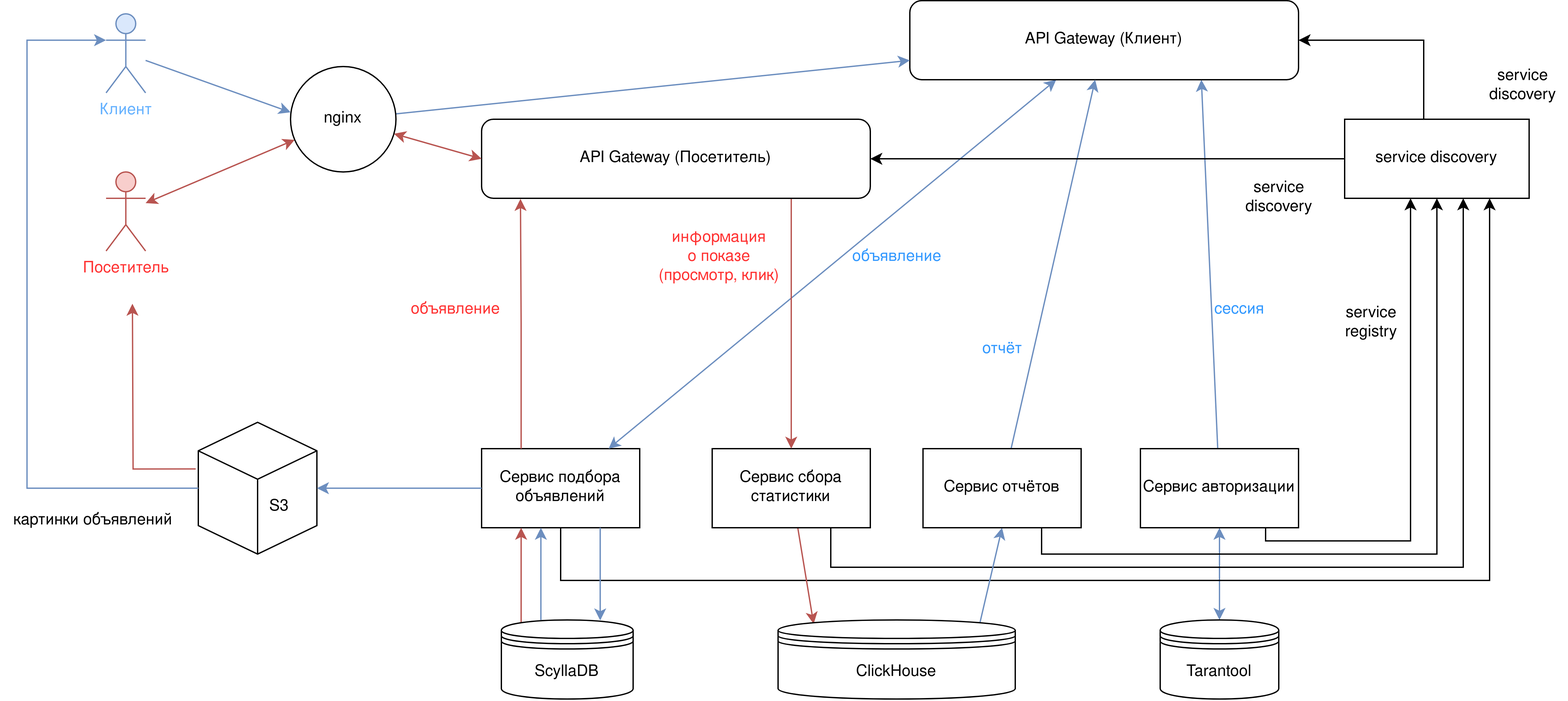
The draw.io diagram project_scheme.png in Rioskill/TP-Highload-2023H2, before a commit. Source tidied: cells renumbered, new cells last; positions are measured from the earlier drawing's top-left corner, leaving out a move shared by most shapes.
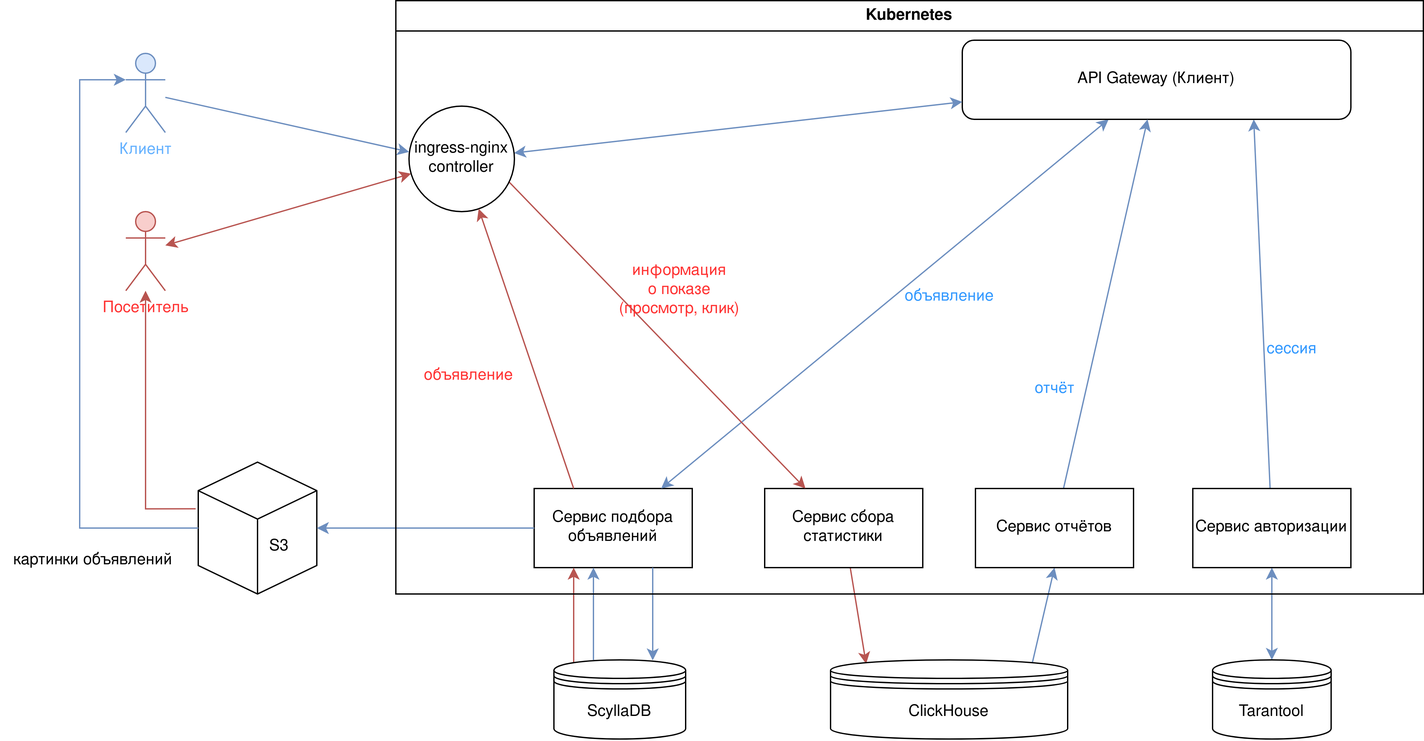
Above is the later version.

What changed in the source:
```diff
@@ -6,7 +6,7 @@
       <mxGeometry relative="1" as="geometry" />
     </mxCell>
     <mxCell id="3" value="&lt;div&gt;&lt;font color=&quot;#ff3333&quot;&gt;Посетитель&lt;/font&gt;&lt;/div&gt;&lt;div&gt;&lt;font color=&quot;#ff3333&quot;&gt;&lt;br&gt;&lt;/font&gt;&lt;/div&gt;" style="shape=umlActor;verticalLabelPosition=bottom;verticalAlign=top;html=1;outlineConnect=0;fillColor=#f8cecc;strokeColor=#b85450;" parent="1" vertex="1">
-      <mxGeometry x="80" y="130" width="30" height="60" as="geometry" />
+      <mxGeometry x="55" y="130" width="30" height="60" as="geometry" />
     </mxCell>
     <mxCell id="4" style="edgeStyle=orthogonalEdgeStyle;rounded=0;jettySize=auto;html=1;startArrow=classic;startFill=1;fillColor=#dae8fc;strokeColor=#6c8ebf;" parent="1" edge="1" source="7" target="17">
       <mxGeometry relative="1" as="geometry" />
@@ -14,39 +14,15 @@
     <mxCell id="5" style="rounded=0;jettySize=auto;html=1;entryX=0.75;entryY=1;entryDx=0;entryDy=0;fillColor=#dae8fc;strokeColor=#6c8ebf;" parent="1" edge="1" source="7" target="19">
       <mxGeometry relative="1" as="geometry" />
     </mxCell>
-    <mxCell id="6" style="edgeStyle=orthogonalEdgeStyle;rounded=0;jettySize=auto;html=1;" parent="1" edge="1" source="7" target="45">
-      <mxGeometry relative="1" as="geometry">
-        <Array as="points">
-          <mxPoint x="960" y="410" />
-          <mxPoint x="1070" y="410" />
-        </Array>
-      </mxGeometry>
-    </mxCell>
     <mxCell id="7" value="Сервис авторизации" style="rounded=0;whiteSpace=wrap;html=1;" parent="1" vertex="1">
       <mxGeometry x="865" y="340" width="120" height="60" as="geometry" />
     </mxCell>
-    <mxCell id="8" style="edgeStyle=orthogonalEdgeStyle;rounded=0;jettySize=auto;html=1;" parent="1" edge="1" source="9" target="45">
-      <mxGeometry relative="1" as="geometry">
-        <Array as="points">
-          <mxPoint x="425" y="440" />
-          <mxPoint x="1130" y="440" />
-        </Array>
-      </mxGeometry>
-    </mxCell>
     <mxCell id="9" value="Сервис подбора объявлений" style="rounded=0;whiteSpace=wrap;html=1;" parent="1" vertex="1">
       <mxGeometry x="365" y="340" width="120" height="60" as="geometry" />
     </mxCell>
     <mxCell id="10" style="rounded=0;jettySize=auto;html=1;entryX=0.15;entryY=0.05;entryDx=0;entryDy=0;startArrow=none;startFill=0;entryPerimeter=0;fillColor=#f8cecc;strokeColor=#b85450;" parent="1" edge="1" source="12" target="16">
       <mxGeometry relative="1" as="geometry" />
     </mxCell>
-    <mxCell id="11" style="edgeStyle=orthogonalEdgeStyle;rounded=0;jettySize=auto;html=1;exitX=0.75;exitY=0;exitDx=0;exitDy=0;" parent="1" edge="1" source="12" target="45">
-      <mxGeometry relative="1" as="geometry">
-        <Array as="points">
-          <mxPoint x="630" y="430" />
-          <mxPoint x="1110" y="430" />
-        </Array>
-      </mxGeometry>
-    </mxCell>
     <mxCell id="12" value="Сервис сбора статистики" style="rounded=0;whiteSpace=wrap;html=1;" parent="1" vertex="1">
       <mxGeometry x="540" y="340" width="120" height="60" as="geometry" />
     </mxCell>
@@ -71,58 +47,37 @@
     <mxCell id="19" value="API Gateway (Клиент)" style="rounded=1;whiteSpace=wrap;html=1;" parent="1" vertex="1">
       <mxGeometry x="690" width="295" height="60" as="geometry" />
     </mxCell>
-    <mxCell id="20" style="edgeStyle=orthogonalEdgeStyle;rounded=0;jettySize=auto;html=1;fillColor=#f8cecc;strokeColor=#b85450;exitX=-0.022;exitY=0.354;exitDx=0;exitDy=0;exitPerimeter=0;" parent="1" edge="1" source="21">
-      <mxGeometry relative="1" as="geometry">
-        <mxPoint x="100" y="230" as="targetPoint" />
-      </mxGeometry>
+    <mxCell id="20" style="edgeStyle=orthogonalEdgeStyle;rounded=0;jettySize=auto;html=1;fillColor=#f8cecc;strokeColor=#b85450;exitX=-0.022;exitY=0.354;exitDx=0;exitDy=0;exitPerimeter=0;" parent="1" edge="1" source="21" target="3">
+      <mxGeometry relative="1" as="geometry" />
     </mxCell>
     <mxCell id="21" value="&lt;div&gt;&amp;nbsp;&amp;nbsp;&amp;nbsp;&amp;nbsp; &lt;br&gt;&lt;/div&gt;&lt;div&gt;&amp;nbsp;&amp;nbsp;&amp;nbsp; &lt;br&gt;&lt;/div&gt;&lt;div&gt;&amp;nbsp;&amp;nbsp;&amp;nbsp;&amp;nbsp;&amp;nbsp;&amp;nbsp;&amp;nbsp;&amp;nbsp;&amp;nbsp; S3&lt;br&gt;&lt;/div&gt;" style="html=1;whiteSpace=wrap;shape=isoCube2;backgroundOutline=1;isoAngle=15;" parent="1" vertex="1">
-      <mxGeometry x="150" y="320" width="90" height="100" as="geometry" />
+      <mxGeometry x="110" y="320" width="90" height="100" as="geometry" />
     </mxCell>
     <mxCell id="22" style="edgeStyle=orthogonalEdgeStyle;rounded=0;jettySize=auto;html=1;entryX=1;entryY=0.5;entryDx=0;entryDy=0;entryPerimeter=0;fillColor=#dae8fc;strokeColor=#6c8ebf;" parent="1" edge="1" source="9" target="21">
       <mxGeometry relative="1" as="geometry" />
     </mxCell>
     <mxCell id="23" value="картинки объявлений" style="text;html=1;align=center;verticalAlign=middle;strokeColor=none;fillColor=none;" parent="1" vertex="1">
-      <mxGeometry y="380" width="140" height="30" as="geometry" />
+      <mxGeometry x="-40" y="380" width="140" height="30" as="geometry" />
     </mxCell>
     <mxCell id="24" value="&lt;font color=&quot;#66b2ff&quot;&gt;Клиент&lt;/font&gt;" style="shape=umlActor;verticalLabelPosition=bottom;verticalAlign=top;html=1;outlineConnect=0;fillColor=#dae8fc;strokeColor=#6c8ebf;" parent="1" vertex="1">
-      <mxGeometry x="80" y="10" width="30" height="60" as="geometry" />
+      <mxGeometry x="55" y="10" width="30" height="60" as="geometry" />
     </mxCell>
     <mxCell id="25" style="rounded=0;jettySize=auto;html=1;fillColor=#dae8fc;strokeColor=#6c8ebf;" parent="1" edge="1" source="27" target="19">
       <mxGeometry relative="1" as="geometry" />
     </mxCell>
-    <mxCell id="26" style="edgeStyle=orthogonalEdgeStyle;rounded=0;jettySize=auto;html=1;exitX=0.75;exitY=1;exitDx=0;exitDy=0;" parent="1" edge="1" source="27" target="45">
-      <mxGeometry relative="1" as="geometry">
-        <Array as="points">
-          <mxPoint x="790" y="420" />
-          <mxPoint x="1090" y="420" />
-        </Array>
-      </mxGeometry>
-    </mxCell>
     <mxCell id="27" value="Сервис отчётов" style="rounded=0;whiteSpace=wrap;html=1;" parent="1" vertex="1">
       <mxGeometry x="700" y="340" width="120" height="60" as="geometry" />
     </mxCell>
-    <mxCell id="28" style="edgeStyle=orthogonalEdgeStyle;rounded=0;jettySize=auto;html=1;fillColor=#f8cecc;strokeColor=#b85450;" parent="1" edge="1" source="29" target="12">
-      <mxGeometry relative="1" as="geometry">
-        <Array as="points">
-          <mxPoint x="600" y="200" />
-          <mxPoint x="600" y="200" />
-        </Array>
-      </mxGeometry>
+    <mxCell id="28" style="rounded=0;jettySize=auto;html=1;fillColor=#f8cecc;strokeColor=#b85450;exitX=0.946;exitY=0.715;exitDx=0;exitDy=0;exitPerimeter=0;" parent="1" edge="1" source="32" target="12">
+      <mxGeometry relative="1" as="geometry" />
     </mxCell>
-    <mxCell id="29" value="API Gateway (Посетитель)" style="rounded=1;whiteSpace=wrap;html=1;" parent="1" vertex="1">
-      <mxGeometry x="365" y="90" width="295" height="60" as="geometry" />
-    </mxCell>
-    <mxCell id="30" style="rounded=0;jettySize=auto;html=1;entryX=0;entryY=0.5;entryDx=0;entryDy=0;fillColor=#f8cecc;strokeColor=#b85450;startArrow=classic;startFill=1;" parent="1" edge="1" source="32" target="29">
-      <mxGeometry relative="1" as="geometry" />
-    </mxCell>
-    <mxCell id="31" style="rounded=0;jettySize=auto;html=1;fillColor=#dae8fc;strokeColor=#6c8ebf;" parent="1" edge="1" source="32" target="19">
+    <mxCell id="31" style="rounded=0;jettySize=auto;html=1;fillColor=#dae8fc;strokeColor=#6c8ebf;startArrow=classic;startFill=1;" parent="1" edge="1" source="32" target="19">
       <mxGeometry relative="1" as="geometry" />
     </mxCell>
-    <mxCell id="32" value="nginx" style="ellipse;whiteSpace=wrap;html=1;" parent="1" vertex="1">
-      <mxGeometry x="220" y="50" width="80" height="80" as="geometry" />
+    <mxCell id="32" value="&lt;div&gt;ingress-nginx&lt;/div&gt;&lt;div&gt;controller&lt;br&gt;&lt;/div&gt;" style="ellipse;whiteSpace=wrap;html=1;" parent="1" vertex="1">
+      <mxGeometry x="270" y="50" width="80" height="80" as="geometry" />
     </mxCell>
-    <mxCell id="33" style="edgeStyle=orthogonalEdgeStyle;rounded=0;jettySize=auto;html=1;fillColor=#f8cecc;strokeColor=#b85450;exitX=0.25;exitY=0;exitDx=0;exitDy=0;entryX=0.1;entryY=1.007;entryDx=0;entryDy=0;entryPerimeter=0;" parent="1" edge="1" source="9" target="29">
+    <mxCell id="33" style="rounded=0;jettySize=auto;html=1;fillColor=#f8cecc;strokeColor=#b85450;exitX=0.25;exitY=0;exitDx=0;exitDy=0;" parent="1" edge="1" source="9" target="32">
       <mxGeometry relative="1" as="geometry" />
     </mxCell>
     <mxCell id="34" style="rounded=0;jettySize=auto;html=1;entryX=0.001;entryY=0.434;entryDx=0;entryDy=0;entryPerimeter=0;fillColor=#dae8fc;strokeColor=#6c8ebf;" parent="1" edge="1" source="24" target="32">
@@ -145,7 +100,7 @@
       </mxGeometry>
     </mxCell>
     <mxCell id="38" value="объявление" style="text;html=1;align=center;verticalAlign=middle;strokeColor=none;fillColor=none;fontColor=#FF3333;" parent="1" vertex="1">
-      <mxGeometry x="300" y="220" width="90" height="30" as="geometry" />
+      <mxGeometry x="270" y="240" width="90" height="30" as="geometry" />
     </mxCell>
     <mxCell id="39" value="объявление" style="text;html=1;align=center;verticalAlign=middle;strokeColor=none;fillColor=none;fontColor=#3399FF;" parent="1" vertex="1">
       <mxGeometry x="635" y="180" width="90" height="30" as="geometry" />
@@ -157,29 +112,10 @@
       <mxGeometry x="910" y="220" width="60" height="30" as="geometry" />
     </mxCell>
     <mxCell id="42" value="&lt;div&gt;информация&lt;/div&gt;&lt;div&gt;о показе&lt;/div&gt;&lt;div&gt;(просмотр, клик)&lt;br&gt;&lt;/div&gt;" style="text;html=1;align=center;verticalAlign=middle;strokeColor=none;fillColor=none;fontColor=#FF3333;" parent="1" vertex="1">
-      <mxGeometry x="490" y="165" width="110" height="60" as="geometry" />
+      <mxGeometry x="420" y="160" width="110" height="60" as="geometry" />
     </mxCell>
-    <mxCell id="43" style="edgeStyle=orthogonalEdgeStyle;rounded=0;jettySize=auto;html=1;startArrow=none;startFill=0;" parent="1" edge="1" source="45" target="29">
-      <mxGeometry relative="1" as="geometry" />
-    </mxCell>
-    <mxCell id="44" style="edgeStyle=orthogonalEdgeStyle;rounded=0;jettySize=auto;html=1;entryX=1;entryY=0.5;entryDx=0;entryDy=0;startArrow=none;startFill=0;" parent="1" edge="1" source="45" target="19">
-      <mxGeometry relative="1" as="geometry">
-        <Array as="points">
-          <mxPoint x="1080" y="30" />
-        </Array>
-      </mxGeometry>
-    </mxCell>
-    <mxCell id="45" value="service discovery" style="rounded=0;whiteSpace=wrap;html=1;" parent="1" vertex="1">
-      <mxGeometry x="1020" y="90" width="140" height="60" as="geometry" />
-    </mxCell>
-    <mxCell id="46" value="&lt;div&gt;service&lt;/div&gt;&lt;div&gt;registry&lt;br&gt;&lt;/div&gt;" style="text;html=1;align=center;verticalAlign=middle;strokeColor=none;fillColor=none;" parent="1" vertex="1">
-      <mxGeometry x="1010" y="225" width="60" height="40" as="geometry" />
-    </mxCell>
-    <mxCell id="47" value="&lt;div&gt;service&lt;/div&gt;&lt;div&gt;discovery&lt;/div&gt;" style="text;html=1;align=center;verticalAlign=middle;strokeColor=none;fillColor=none;" parent="1" vertex="1">
-      <mxGeometry x="1120" y="45" width="70" height="40" as="geometry" />
-    </mxCell>
-    <mxCell id="48" value="&lt;div&gt;service&lt;/div&gt;&lt;div&gt;discovery&lt;/div&gt;" style="text;html=1;align=center;verticalAlign=middle;strokeColor=none;fillColor=none;" parent="1" vertex="1">
-      <mxGeometry x="935" y="130" width="70" height="40" as="geometry" />
-    </mxCell>
+    <mxCell id="49" value="Kubernetes" style="swimlane;whiteSpace=wrap;html=1;" parent="1" vertex="1">
+      <mxGeometry x="260" y="-30" width="780" height="450" as="geometry" />
+    </mxCell>
   </root>
 </mxGraphModel>
```
